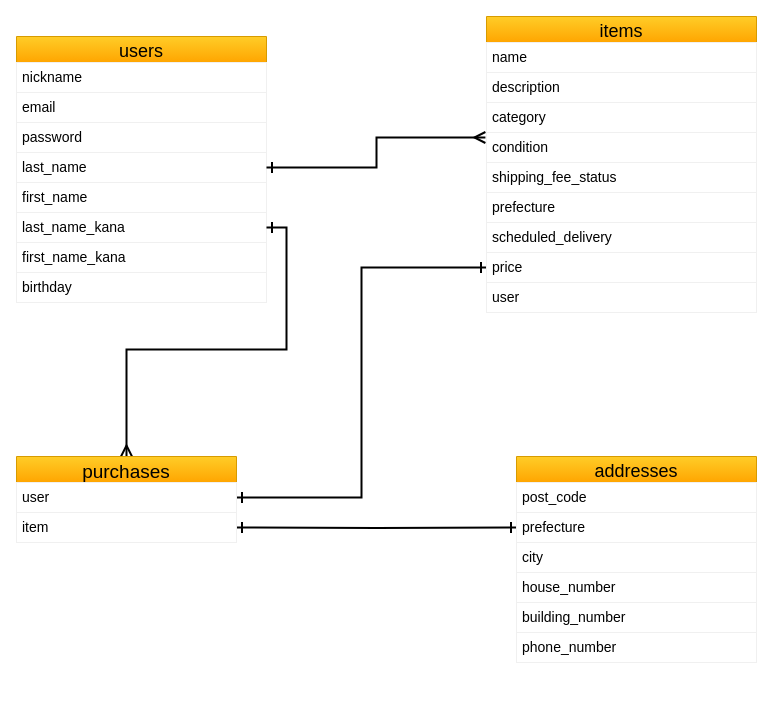
Before: furima.dio in maruchan1381/furima-29607, a draw.io diagram. Source tidied: cells renumbered, new cells numbered last; positions are measured from the earlier drawing's top-left corner, leaving out a move shared by most shapes. Both pictures are drawn from the tidied source at 100%, with x=0, y=0 at pixel (16, 16).
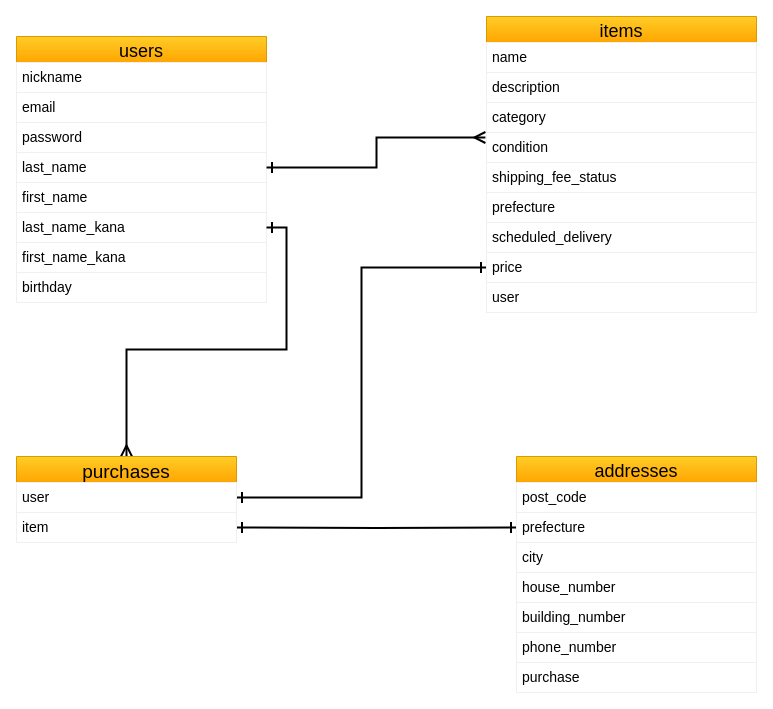
After the change.

Commit message (it also covers changes not shown here):
データベース設計の修正

What changed in the source:
```diff
@@
     <mxCell id="28" value="addresses" style="swimlane;fontStyle=0;horizontal=1;startSize=26;align=center;fontSize=18;gradientColor=#ffa500;fillColor=#ffcd28;strokeColor=#d79b00;" parent="1" vertex="1">
-      <mxGeometry x="500" y="440" width="240" height="206" as="geometry" />
+      <mxGeometry x="500" y="440" width="240" height="236" as="geometry" />
     </mxCell>
@@
+    <mxCell id="35" value="purchase" style="text;fillColor=none;spacingLeft=4;spacingRight=4;overflow=hidden;fontSize=14;strokeColor=#f0f0f0;" parent="28" vertex="1">
+      <mxGeometry y="206" width="240" height="30" as="geometry" />
+    </mxCell>
```
